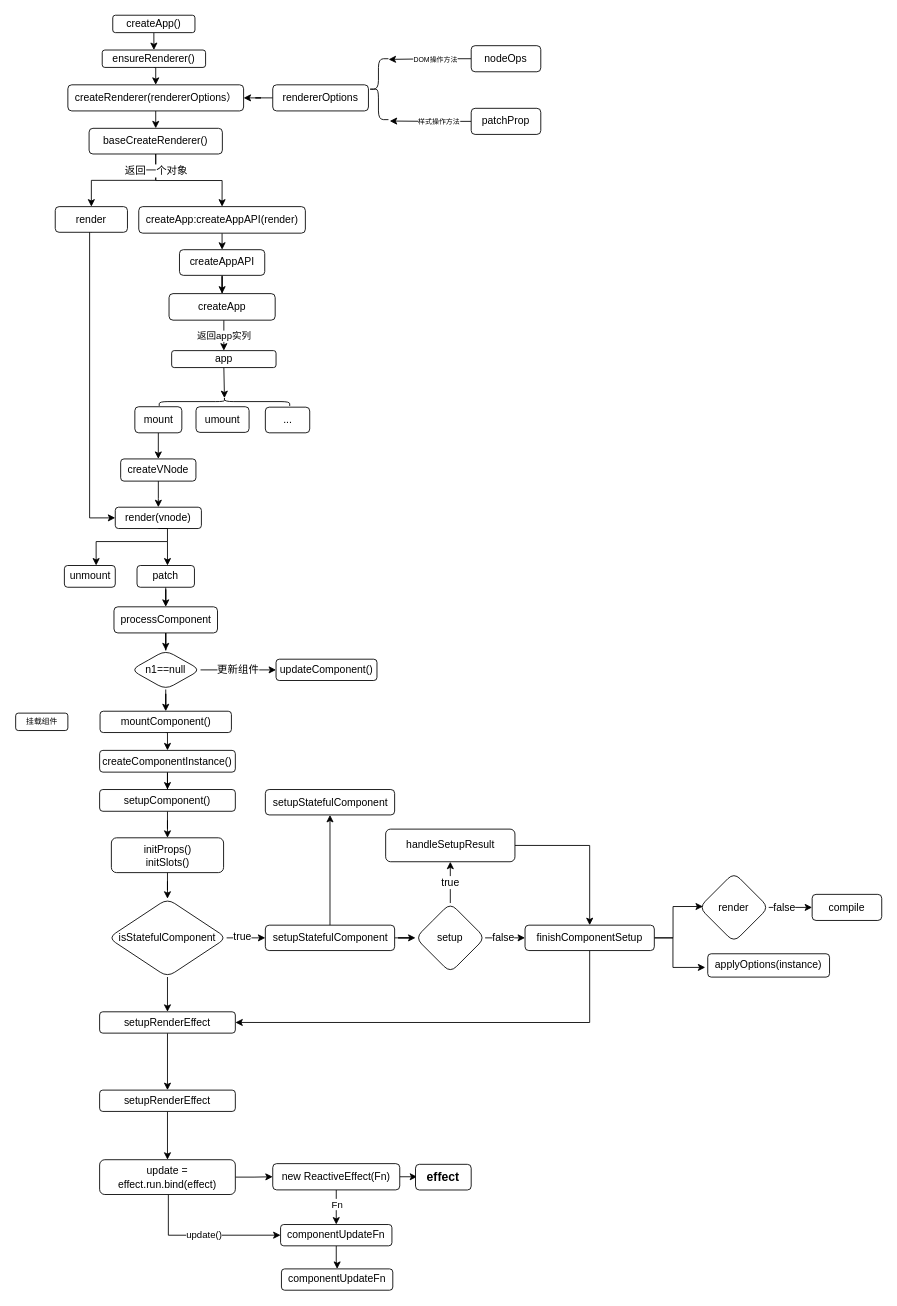
This is page "初始化" (1 of 4) of vue.drawio from 2889597857/study-vue-js, a draw.io file, before an edit. Source tidied: cells renumbered, new cells numbered last; positions are measured from the earlier drawing's top-left corner, leaving out a move shared by most shapes. Both pictures are drawn from the tidied source at 87%, with x=0, y=0 at pixel (15, 15).
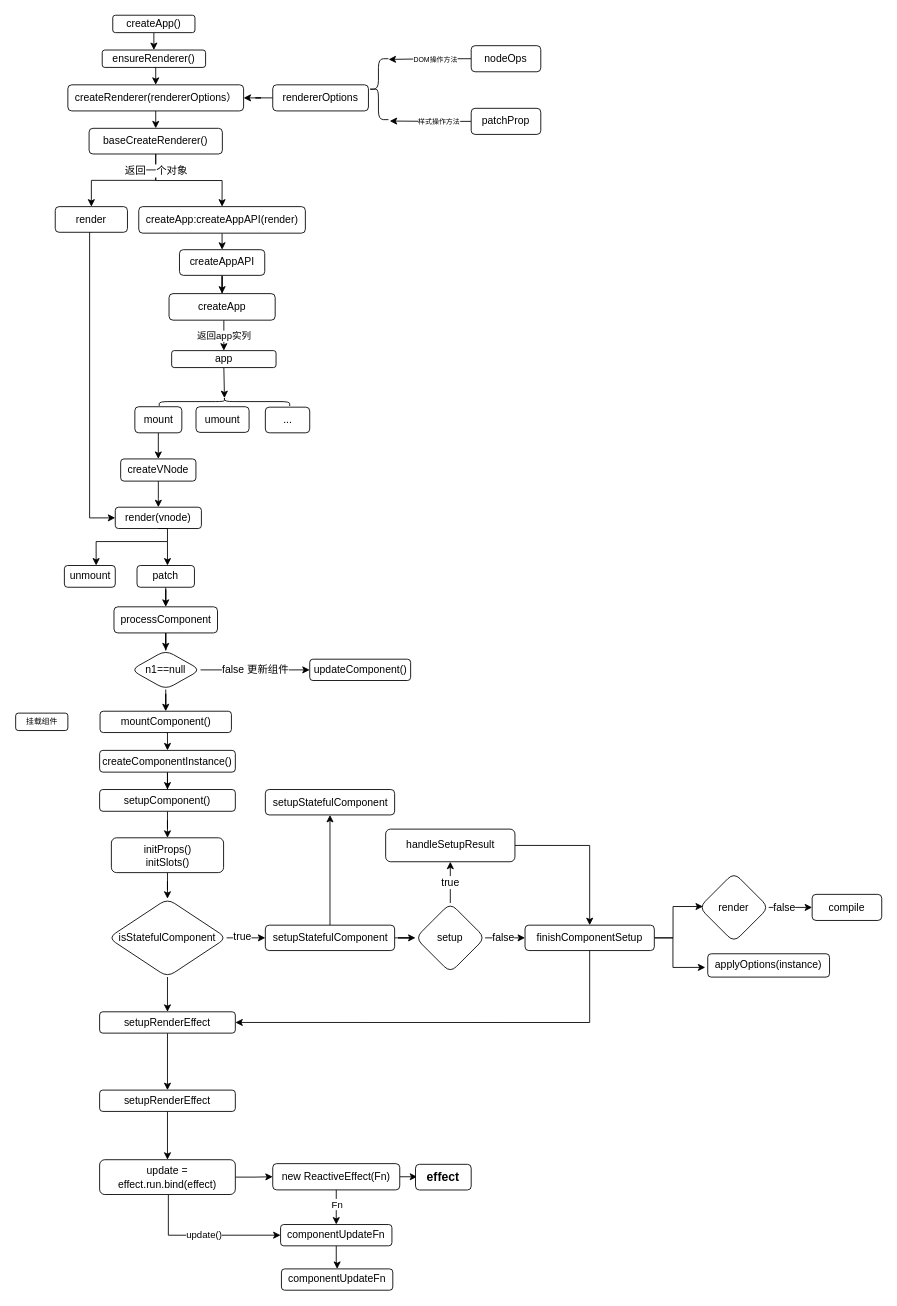
The same page after the edit.

The change refers to these unchanged cells:
```xml
<mxCell id="84" value="n1==null" style="rhombus;whiteSpace=wrap;html=1;rounded=1;" parent="1" vertex="1">
  <mxGeometry x="133" y="730" width="80" height="45" as="geometry" />
</mxCell>
```

Change to the diagram source:
```diff
@@
     <mxCell id="50" value="updateComponent()" style="rounded=1;whiteSpace=wrap;html=1;" parent="1" vertex="1">
-      <mxGeometry x="299.8" y="740.2" width="116" height="24.5" as="geometry" />
+      <mxGeometry x="338.5" y="740.2" width="116" height="24.5" as="geometry" />
     </mxCell>
@@
-    <mxCell id="83" value="更新组件" style="edgeStyle=orthogonalEdgeStyle;rounded=0;jettySize=auto;html=1;exitX=1;exitY=0.5;exitDx=0;exitDy=0;fontFamily=Helvetica;fontSize=12;fontColor=default;" parent="1" edge="1" source="84" target="50">
+    <mxCell id="83" value="false&amp;nbsp;更新组件" style="edgeStyle=orthogonalEdgeStyle;rounded=0;jettySize=auto;html=1;exitX=1;exitY=0.5;exitDx=0;exitDy=0;fontFamily=Helvetica;fontSize=12;fontColor=default;" parent="1" edge="1" source="84" target="50">
       <mxGeometry relative="1" as="geometry" />
     </mxCell>
```
